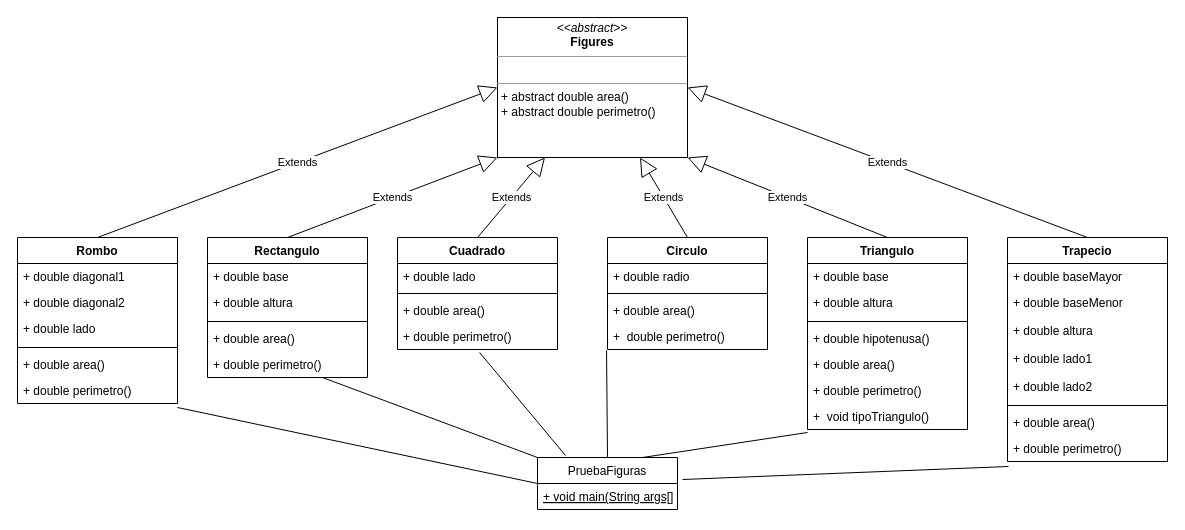
Earlier version of the draw.io diagram Actividad3/src/main/java/com/mycompany/actividad3/UML.drawio (J-HernandezM/curso-poo). Source tidied: cells renumbered, new cells numbered last; positions are measured from the earlier drawing's top-left corner, leaving out a move shared by most shapes. Both pictures are drawn from the tidied source at 100%, with x=0, y=0 at pixel (17, 17).
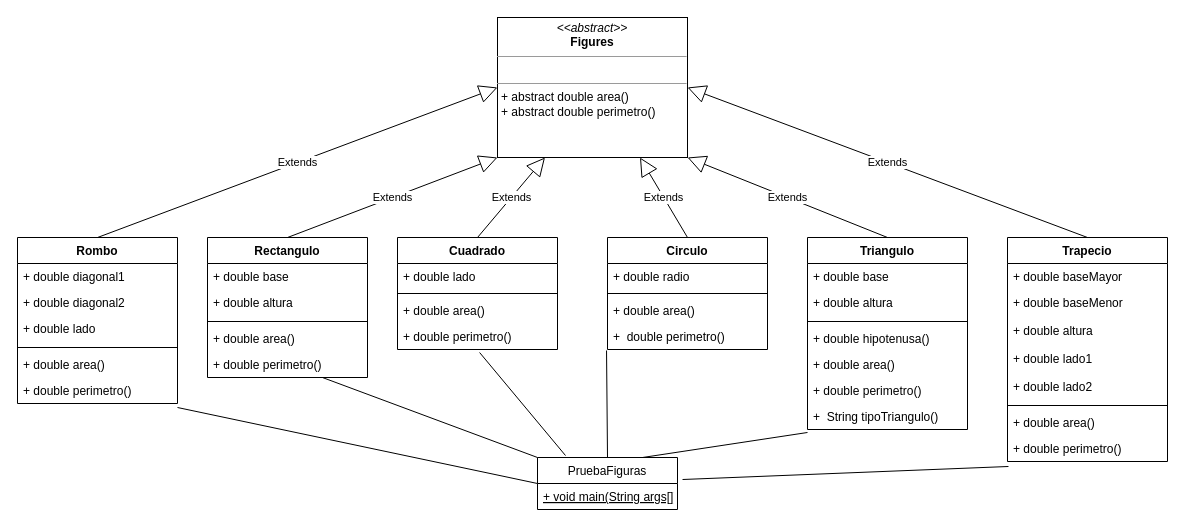
Above is the later version.

Commit message:
feat: uml diagram updated

The change refers to these unchanged cells:
```xml
<mxCell id="8" value="Triangulo" style="swimlane;fontStyle=1;align=center;verticalAlign=top;horizontal=1;startSize=26;" parent="1" vertex="1">
  <mxGeometry x="790" y="220" width="160" height="192" as="geometry" />
</mxCell>
```

The edit, as a diff of the source:
```diff
@@
-    <mxCell id="15" value="+  void tipoTriangulo()" style="text;strokeColor=none;fillColor=none;align=left;verticalAlign=top;spacingLeft=4;spacingRight=4;overflow=hidden;points=[[0,0.5],[1,0.5]];portConstraint=eastwest;" parent="8" vertex="1">
+    <mxCell id="15" value="+  String tipoTriangulo()" style="text;strokeColor=none;fillColor=none;align=left;verticalAlign=top;spacingLeft=4;spacingRight=4;overflow=hidden;points=[[0,0.5],[1,0.5]];portConstraint=eastwest;" parent="8" vertex="1">
       <mxGeometry y="166" width="160" height="26" as="geometry" />
     </mxCell>
```
